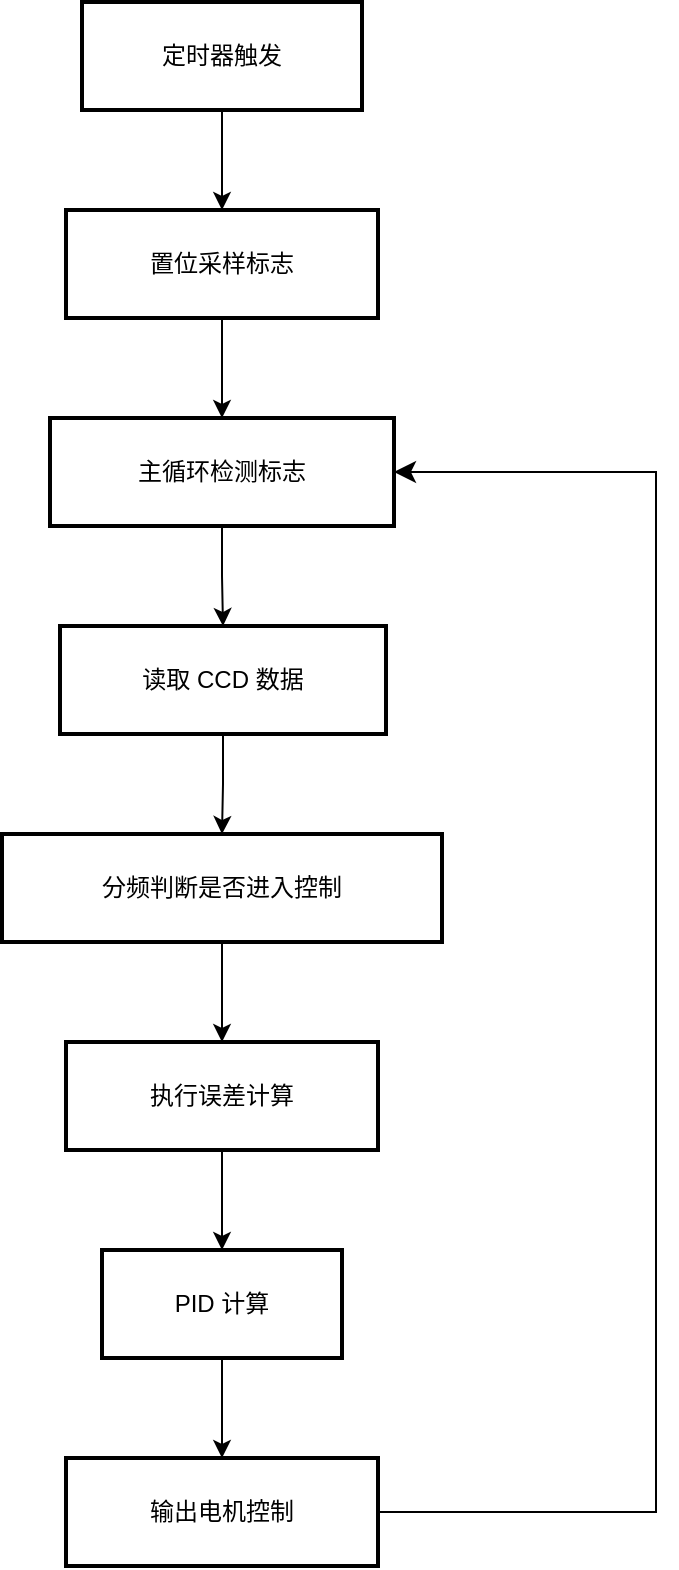
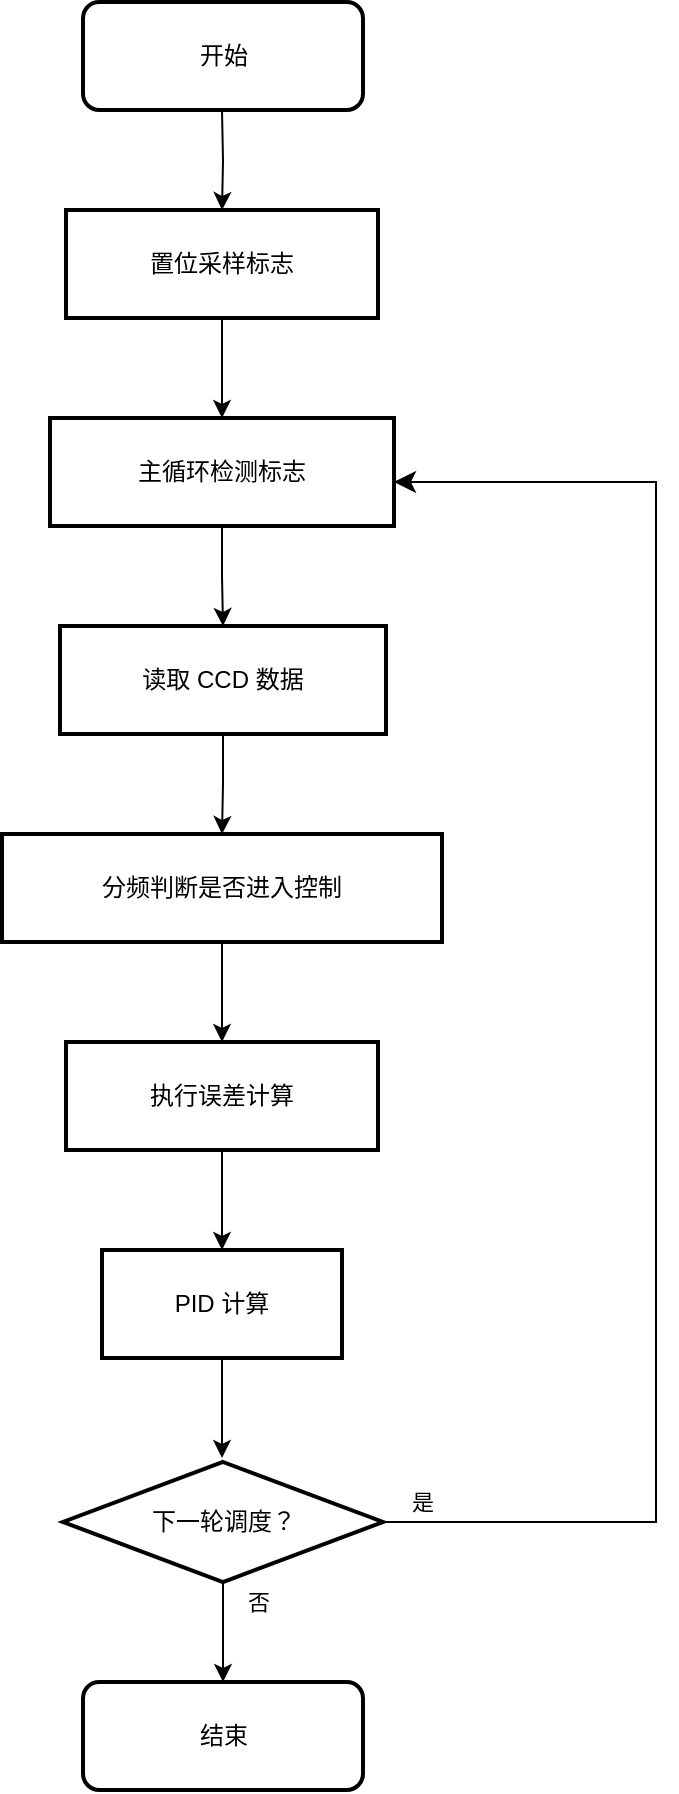
<mxfile host="app.diagrams.net">
  <diagram name="第 1 页" id="fdCTqZwBEFcVTL1RvFCw">
-     <mxGraphModel dx="1205" dy="696" grid="1" gridSize="10" guides="1" tooltips="1" connect="1" arrows="1" fold="1" page="1" pageScale="1" pageWidth="827" pageHeight="1169" math="0" shadow="0">
+     <mxGraphModel dx="808" dy="452" grid="1" gridSize="10" guides="1" tooltips="1" connect="1" arrows="1" fold="1" page="1" pageScale="1" pageWidth="827" pageHeight="1169" math="0" shadow="0">
      <root>
        <mxCell id="0" />
        <mxCell id="1" parent="0" />
-         <mxCell id="pjiHDZ4J7BrmlbO9xxZN-24" edge="1" parent="1" source="pjiHDZ4J7BrmlbO9xxZN-1" style="edgeStyle=orthogonalEdgeStyle;rounded=0;orthogonalLoop=1;jettySize=auto;html=1;" target="pjiHDZ4J7BrmlbO9xxZN-2" value="">
-           <mxGeometry relative="1" as="geometry" />
-         </mxCell>
-         <mxCell id="pjiHDZ4J7BrmlbO9xxZN-1" parent="1" style="whiteSpace=wrap;strokeWidth=2;fillColor=none;" value="定时器触发" vertex="1">
-           <mxGeometry height="54" width="140" x="133" y="20" as="geometry" />
+         <mxCell id="pjiHDZ4J7BrmlbO9xxZN-24" edge="1" parent="1" style="edgeStyle=orthogonalEdgeStyle;rounded=0;orthogonalLoop=1;jettySize=auto;html=1;" target="pjiHDZ4J7BrmlbO9xxZN-2" value="">
+           <mxGeometry relative="1" as="geometry">
+             <mxPoint x="203" y="74" as="sourcePoint" />
+           </mxGeometry>
        </mxCell>
        <mxCell id="pjiHDZ4J7BrmlbO9xxZN-23" edge="1" parent="1" source="pjiHDZ4J7BrmlbO9xxZN-2" style="edgeStyle=orthogonalEdgeStyle;rounded=0;orthogonalLoop=1;jettySize=auto;html=1;" target="pjiHDZ4J7BrmlbO9xxZN-3" value="">
          <mxGeometry relative="1" as="geometry" />
        </mxCell>
        <mxCell id="pjiHDZ4J7BrmlbO9xxZN-2" parent="1" style="whiteSpace=wrap;strokeWidth=2;fillColor=none;" value="置位采样标志" vertex="1">
          <mxGeometry height="54" width="156" x="125" y="124" as="geometry" />
        </mxCell>
        <mxCell id="pjiHDZ4J7BrmlbO9xxZN-22" edge="1" parent="1" source="pjiHDZ4J7BrmlbO9xxZN-3" style="edgeStyle=orthogonalEdgeStyle;rounded=0;orthogonalLoop=1;jettySize=auto;html=1;" target="pjiHDZ4J7BrmlbO9xxZN-4" value="">
          <mxGeometry relative="1" as="geometry" />
        </mxCell>
        <mxCell id="pjiHDZ4J7BrmlbO9xxZN-3" parent="1" style="whiteSpace=wrap;strokeWidth=2;fillColor=none;" value="主循环检测标志" vertex="1">
          <mxGeometry height="54" width="172" x="117" y="228" as="geometry" />
        </mxCell>
        <mxCell id="pjiHDZ4J7BrmlbO9xxZN-18" edge="1" parent="1" source="pjiHDZ4J7BrmlbO9xxZN-4" style="edgeStyle=orthogonalEdgeStyle;rounded=0;orthogonalLoop=1;jettySize=auto;html=1;" target="pjiHDZ4J7BrmlbO9xxZN-5" value="">
          <mxGeometry relative="1" as="geometry" />
        </mxCell>
        <mxCell id="pjiHDZ4J7BrmlbO9xxZN-4" parent="1" style="whiteSpace=wrap;strokeWidth=2;fillColor=none;" value="读取 CCD 数据" vertex="1">
          <mxGeometry height="54" width="163" x="122" y="332" as="geometry" />
        </mxCell>
        <mxCell id="pjiHDZ4J7BrmlbO9xxZN-25" edge="1" parent="1" source="pjiHDZ4J7BrmlbO9xxZN-5" style="edgeStyle=orthogonalEdgeStyle;rounded=0;orthogonalLoop=1;jettySize=auto;html=1;" target="pjiHDZ4J7BrmlbO9xxZN-6" value="">
          <mxGeometry relative="1" as="geometry" />
        </mxCell>
        <mxCell id="pjiHDZ4J7BrmlbO9xxZN-5" parent="1" style="whiteSpace=wrap;strokeWidth=2;fillColor=none;" value="分频判断是否进入控制" vertex="1">
          <mxGeometry height="54" width="220" x="93" y="436" as="geometry" />
        </mxCell>
        <mxCell id="pjiHDZ4J7BrmlbO9xxZN-26" edge="1" parent="1" source="pjiHDZ4J7BrmlbO9xxZN-6" style="edgeStyle=orthogonalEdgeStyle;rounded=0;orthogonalLoop=1;jettySize=auto;html=1;" target="pjiHDZ4J7BrmlbO9xxZN-7" value="">
          <mxGeometry relative="1" as="geometry" />
        </mxCell>
        <mxCell id="pjiHDZ4J7BrmlbO9xxZN-6" parent="1" style="whiteSpace=wrap;strokeWidth=2;fillColor=none;" value="执行误差计算" vertex="1">
          <mxGeometry height="54" width="156" x="125" y="540" as="geometry" />
        </mxCell>
-         <mxCell id="pjiHDZ4J7BrmlbO9xxZN-27" edge="1" parent="1" source="pjiHDZ4J7BrmlbO9xxZN-7" style="edgeStyle=orthogonalEdgeStyle;rounded=0;orthogonalLoop=1;jettySize=auto;html=1;" target="pjiHDZ4J7BrmlbO9xxZN-8" value="">
-           <mxGeometry relative="1" as="geometry" />
+         <mxCell id="pjiHDZ4J7BrmlbO9xxZN-27" edge="1" parent="1" source="pjiHDZ4J7BrmlbO9xxZN-7" style="edgeStyle=orthogonalEdgeStyle;rounded=0;orthogonalLoop=1;jettySize=auto;html=1;" value="">
+           <mxGeometry relative="1" as="geometry">
+             <mxPoint x="203" y="748" as="targetPoint" />
+           </mxGeometry>
        </mxCell>
        <mxCell id="pjiHDZ4J7BrmlbO9xxZN-7" parent="1" style="whiteSpace=wrap;strokeWidth=2;fillColor=none;" value="PID 计算" vertex="1">
          <mxGeometry height="54" width="120" x="143" y="644" as="geometry" />
        </mxCell>
-         <mxCell id="pjiHDZ4J7BrmlbO9xxZN-8" parent="1" style="whiteSpace=wrap;strokeWidth=2;fillColor=none;" value="输出电机控制" vertex="1">
-           <mxGeometry height="54" width="156" x="125" y="748" as="geometry" />
-         </mxCell>
-         <mxCell id="pjiHDZ4J7BrmlbO9xxZN-28" edge="1" parent="1" source="pjiHDZ4J7BrmlbO9xxZN-8" style="edgeStyle=elbowEdgeStyle;elbow=horizontal;endArrow=classic;html=1;curved=0;rounded=0;endSize=8;startSize=8;exitX=1;exitY=0.5;exitDx=0;exitDy=0;entryX=1;entryY=0.5;entryDx=0;entryDy=0;" target="pjiHDZ4J7BrmlbO9xxZN-3" value="">
+         <mxCell id="pjiHDZ4J7BrmlbO9xxZN-28" edge="1" parent="1" style="edgeStyle=elbowEdgeStyle;elbow=horizontal;endArrow=classic;html=1;curved=0;rounded=0;endSize=8;startSize=8;exitX=1;exitY=0.5;exitDx=0;exitDy=0;entryX=1;entryY=0.5;entryDx=0;entryDy=0;" value="">
          <mxGeometry height="50" relative="1" width="50" as="geometry">
            <Array as="points">
-               <mxPoint x="420" y="520" />
+               <mxPoint x="420" y="525" />
            </Array>
-             <mxPoint x="388" y="480" as="sourcePoint" />
-             <mxPoint x="590" y="240" as="targetPoint" />
+             <mxPoint x="281" y="780" as="sourcePoint" />
+             <mxPoint x="289" y="260" as="targetPoint" />
          </mxGeometry>
+         </mxCell>
+         <mxCell id="7P0XqFVE9fj91p0umQTo-3" connectable="0" parent="pjiHDZ4J7BrmlbO9xxZN-28" style="edgeLabel;html=1;align=center;verticalAlign=middle;resizable=0;points=[];" value="是" vertex="1">
+           <mxGeometry relative="1" x="-0.9458" y="1" as="geometry">
+             <mxPoint y="-9" as="offset" />
+           </mxGeometry>
+         </mxCell>
+         <mxCell id="7P0XqFVE9fj91p0umQTo-1" parent="1" style="rounded=1;whiteSpace=wrap;html=1;fillColor=none;strokeWidth=2;" value="开始" vertex="1">
+           <mxGeometry height="54" width="140" x="133.5" y="20" as="geometry" />
+         </mxCell>
+         <mxCell id="7P0XqFVE9fj91p0umQTo-5" edge="1" parent="1" source="7P0XqFVE9fj91p0umQTo-2" style="edgeStyle=orthogonalEdgeStyle;rounded=0;orthogonalLoop=1;jettySize=auto;html=1;" target="7P0XqFVE9fj91p0umQTo-4" value="">
+           <mxGeometry relative="1" as="geometry" />
+         </mxCell>
+         <mxCell id="7P0XqFVE9fj91p0umQTo-6" connectable="0" parent="7P0XqFVE9fj91p0umQTo-5" style="edgeLabel;html=1;align=center;verticalAlign=middle;resizable=0;points=[];" value="否" vertex="1">
+           <mxGeometry relative="1" x="-0.7371" y="2" as="geometry">
+             <mxPoint x="15" y="3" as="offset" />
+           </mxGeometry>
+         </mxCell>
+         <mxCell id="7P0XqFVE9fj91p0umQTo-2" parent="1" style="rhombus;whiteSpace=wrap;html=1;strokeWidth=2;fillColor=none;" value="下一轮调度？" vertex="1">
+           <mxGeometry height="60" width="160" x="123.5" y="750" as="geometry" />
+         </mxCell>
+         <mxCell id="7P0XqFVE9fj91p0umQTo-4" parent="1" style="rounded=1;whiteSpace=wrap;html=1;fillColor=none;strokeWidth=2;" value="结束" vertex="1">
+           <mxGeometry height="54" width="140" x="133.5" y="860" as="geometry" />
        </mxCell>
      </root>
    </mxGraphModel>
  </diagram>
</mxfile>
